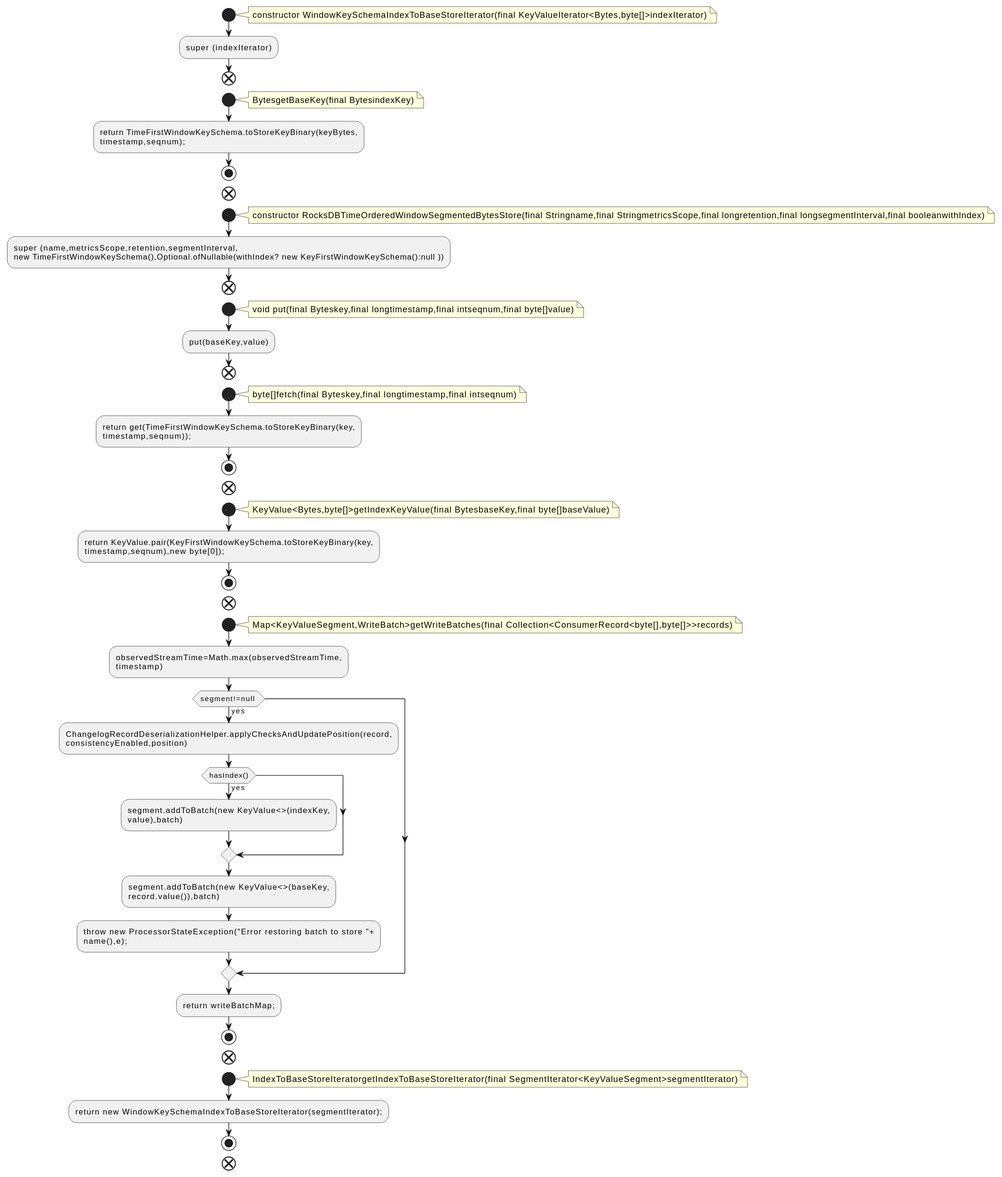
Earlier version of the PlantUML export docs/qc/streams/src/main/java/org/apache/kafka/streams/state/internals/RocksDBTimeOrderedWindowSegmentedBytesStore.java.fct.svg (qualitesys/kafka).
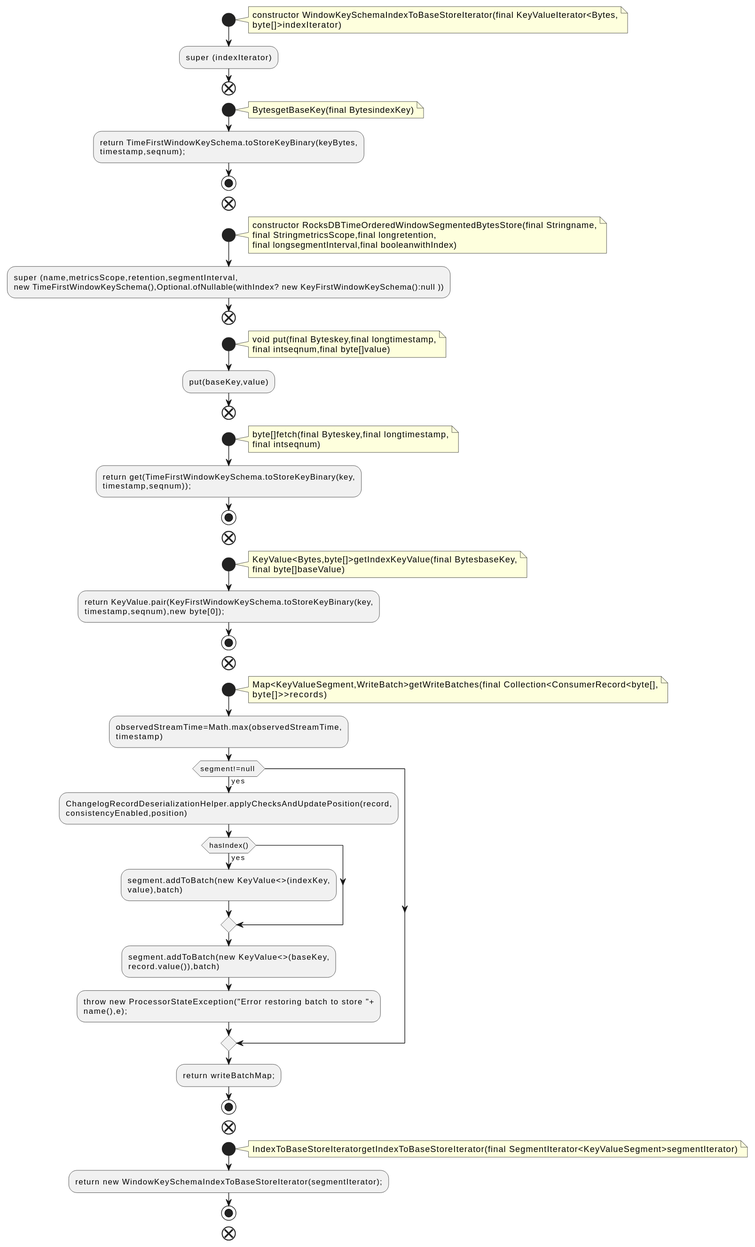
After the change.

Diff of the diagram source:
```diff
@@ -2,7 +2,8 @@
 !pragma layout smetana
 start
 note right
-constructor WindowKeySchemaIndexToBaseStoreIterator(final KeyValueIterator<Bytes,byte[]>indexIterator)
+constructor WindowKeySchemaIndexToBaseStoreIterator(final KeyValueIterator<Bytes,
+byte[]>indexIterator)
 end note
 :super (indexIterator);
 end
@@ -16,20 +17,24 @@
 end
 start
 note right
-constructor RocksDBTimeOrderedWindowSegmentedBytesStore(final Stringname,final StringmetricsScope,final longretention,final longsegmentInterval,final booleanwithIndex)
+constructor RocksDBTimeOrderedWindowSegmentedBytesStore(final Stringname,
+final StringmetricsScope,final longretention,
+final longsegmentInterval,final booleanwithIndex)
 end note
 :super (name,metricsScope,retention,segmentInterval,
 new TimeFirstWindowKeySchema(),Optional.ofNullable(withIndex? new KeyFirstWindowKeySchema():null ));
 end
 start
 note right
-void put(final Byteskey,final longtimestamp,final intseqnum,final byte[]value)
+void put(final Byteskey,final longtimestamp,
+final intseqnum,final byte[]value)
 end note
 :put(baseKey,value);
 end
 start
 note right
-byte[]fetch(final Byteskey,final longtimestamp,final intseqnum)
+byte[]fetch(final Byteskey,final longtimestamp,
+final intseqnum)
 end note
 :return get(TimeFirstWindowKeySchema.toStoreKeyBinary(key,
 timestamp,seqnum));;
@@ -37,7 +42,8 @@
 end
 start
 note right
-KeyValue<Bytes,byte[]>getIndexKeyValue(final BytesbaseKey,final byte[]baseValue)
+KeyValue<Bytes,byte[]>getIndexKeyValue(final BytesbaseKey,
+final byte[]baseValue)
 end note
 :return KeyValue.pair(KeyFirstWindowKeySchema.toStoreKeyBinary(key,
 timestamp,seqnum),new byte[0]);;
@@ -45,7 +51,8 @@
 end
 start
 note right
-Map<KeyValueSegment,WriteBatch>getWriteBatches(final Collection<ConsumerRecord<byte[],byte[]>>records)
+Map<KeyValueSegment,WriteBatch>getWriteBatches(final Collection<ConsumerRecord<byte[],
+byte[]>>records)
 end note
 :observedStreamTime=Math.max(observedStreamTime,
 timestamp);
```
